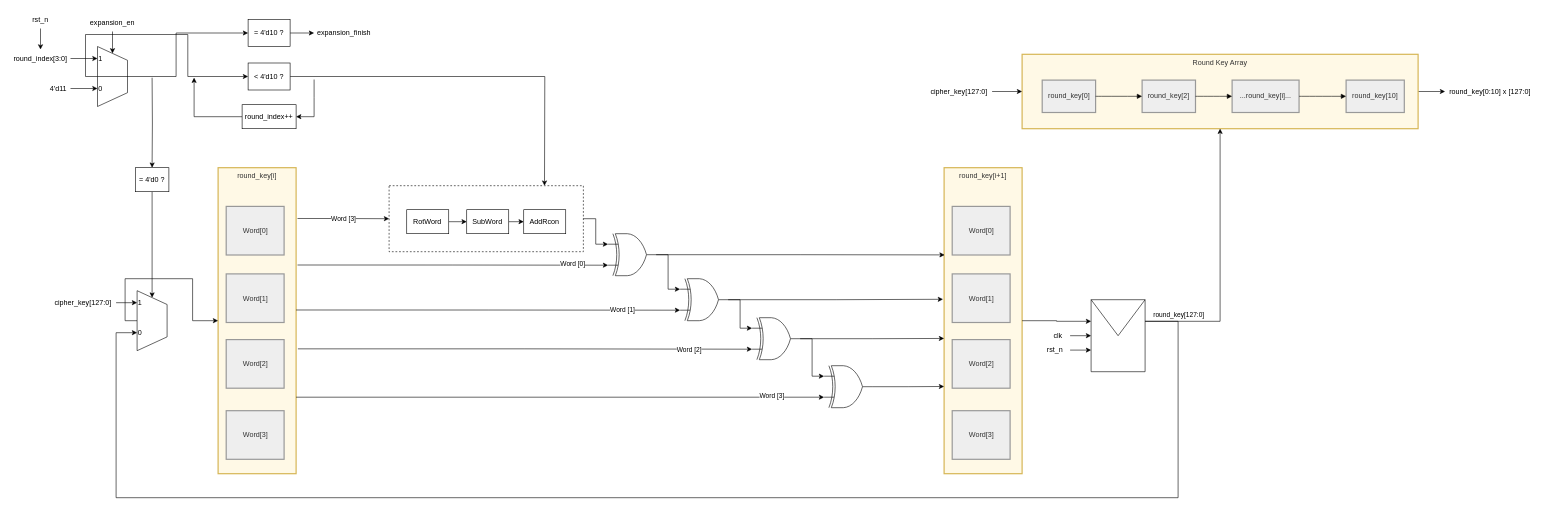
Earlier version of the draw.io diagram KeyExpansion/diagram/drawio/AESKeyExpansionLowDes.drawio (LQLManZz/AES128-Verilog). Source tidied: cells renumbered, new cells numbered last; positions are measured from the earlier drawing's top-left corner, leaving out a move shared by most shapes. Both pictures are drawn from the tidied source at 60%, with x=0, y=0 at pixel (10, 10).
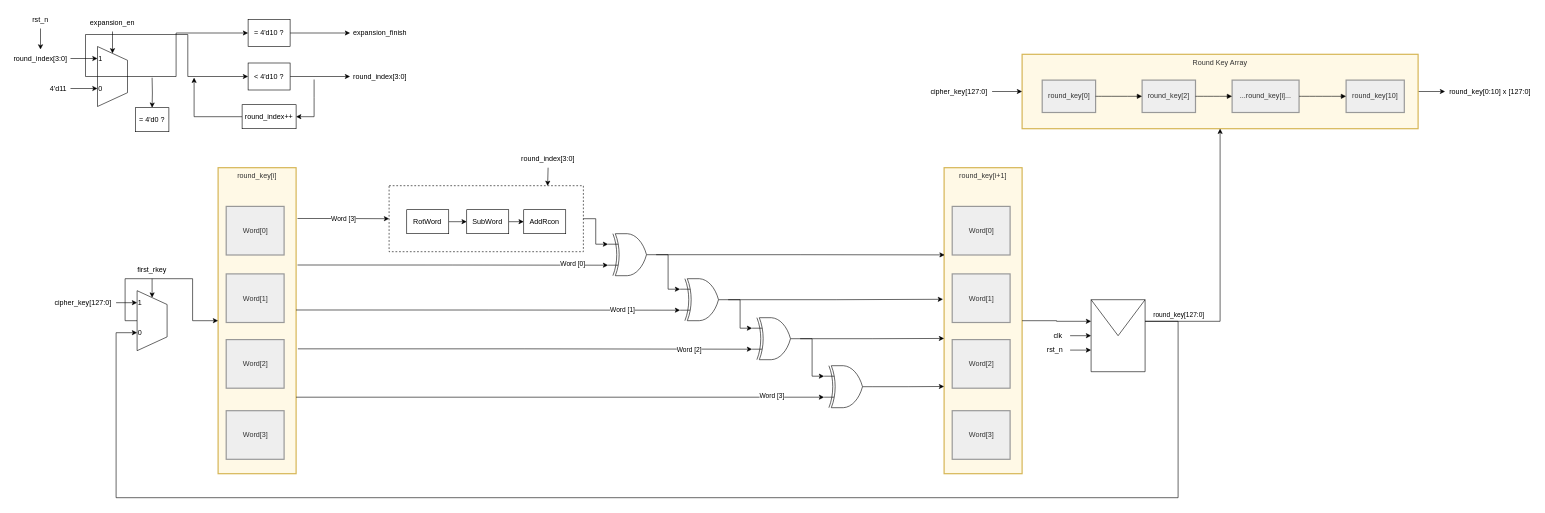
After the change.

Commit message:
vault backup: 2026-06-24 22:13:12

Unchanged cells that the change refers to:
```xml
<mxCell id="16" style="whiteSpace=wrap;html=1;dashed=1;" parent="14" vertex="1">
  <mxGeometry width="323.8" height="110" as="geometry" />
</mxCell>
<mxCell id="69" style="verticalLabelPosition=middle;verticalAlign=middle;html=1;shape=trapezoid;perimeter=trapezoidPerimeter;whiteSpace=wrap;size=0.23;arcSize=10;flipV=1;labelPosition=center;align=center;legacyAnchorPoints=0;rotation=-90;" parent="1" vertex="1">
  <mxGeometry x="186" y="492" width="100" height="50" as="geometry" />
</mxCell>
<mxCell id="73" value="&amp;lt; 4'd10 ?" style="whiteSpace=wrap;html=1;" parent="1" vertex="1">
  <mxGeometry x="396" y="87.5" width="70" height="45" as="geometry" />
</mxCell>
```

What changed in the source:
```diff
@@
-    <mxCell id="71" style="edgeStyle=orthogonalEdgeStyle;rounded=0;jettySize=auto;html=1;exitX=1;exitY=0.5;exitDx=0;exitDy=0;" parent="1" edge="1" source="73">
-      <mxGeometry relative="1" as="geometry">
-        <mxPoint x="890" y="292" as="targetPoint" />
-      </mxGeometry>
-    </mxCell>
@@
+    <mxCell id="97" style="edgeStyle=orthogonalEdgeStyle;rounded=0;jettySize=auto;html=1;exitX=1;exitY=0.5;exitDx=0;exitDy=0;entryX=0;entryY=0.5;entryDx=0;entryDy=0;" parent="1" edge="1" source="73" target="102">
+      <mxGeometry relative="1" as="geometry" />
+    </mxCell>
@@
     <mxCell id="79" value="expansion_finish" style="text;html=1;whiteSpace=wrap;strokeColor=none;fillColor=none;align=center;verticalAlign=middle;rounded=0;" parent="1" vertex="1">
-      <mxGeometry x="506" y="22.5" width="100" height="30" as="geometry" />
+      <mxGeometry x="566" y="22.5" width="100" height="30" as="geometry" />
     </mxCell>
@@
-    <mxCell id="84" style="edgeStyle=orthogonalEdgeStyle;rounded=0;jettySize=auto;html=1;exitX=0.5;exitY=1;exitDx=0;exitDy=0;entryX=1;entryY=0.5;entryDx=0;entryDy=0;" parent="1" edge="1" source="86" target="69">
-      <mxGeometry relative="1" as="geometry" />
-    </mxCell>
@@
     <mxCell id="86" value="= 4'd0 ?" style="whiteSpace=wrap;html=1;" parent="1" vertex="1">
-      <mxGeometry x="208" y="262" width="56" height="40" as="geometry" />
+      <mxGeometry x="208" y="162" width="56" height="40" as="geometry" />
     </mxCell>
@@
+    <mxCell id="98" style="edgeStyle=orthogonalEdgeStyle;rounded=0;jettySize=auto;html=1;exitX=0.5;exitY=1;exitDx=0;exitDy=0;entryX=1;entryY=0.5;entryDx=0;entryDy=0;" parent="1" edge="1" source="99" target="69">
+      <mxGeometry relative="1" as="geometry" />
+    </mxCell>
+    <mxCell id="99" value="first_rkey" style="text;html=1;whiteSpace=wrap;strokeColor=none;fillColor=none;align=center;verticalAlign=middle;rounded=0;" parent="1" vertex="1">
+      <mxGeometry x="206" y="417" width="60" height="30" as="geometry" />
+    </mxCell>
+    <mxCell id="100" value="round_index[3:0]" style="text;html=1;whiteSpace=wrap;strokeColor=none;fillColor=none;align=center;verticalAlign=middle;rounded=0;" parent="1" vertex="1">
+      <mxGeometry x="846" y="232" width="100" height="30" as="geometry" />
+    </mxCell>
+    <mxCell id="101" style="edgeStyle=orthogonalEdgeStyle;rounded=0;jettySize=auto;html=1;exitX=0.5;exitY=1;exitDx=0;exitDy=0;entryX=0.816;entryY=0.003;entryDx=0;entryDy=0;entryPerimeter=0;" parent="1" edge="1" source="100" target="16">
+      <mxGeometry relative="1" as="geometry" />
+    </mxCell>
+    <mxCell id="102" value="round_index[3:0]" style="text;html=1;whiteSpace=wrap;strokeColor=none;fillColor=none;align=center;verticalAlign=middle;rounded=0;" parent="1" vertex="1">
+      <mxGeometry x="566" y="95" width="100" height="30" as="geometry" />
+    </mxCell>
```
